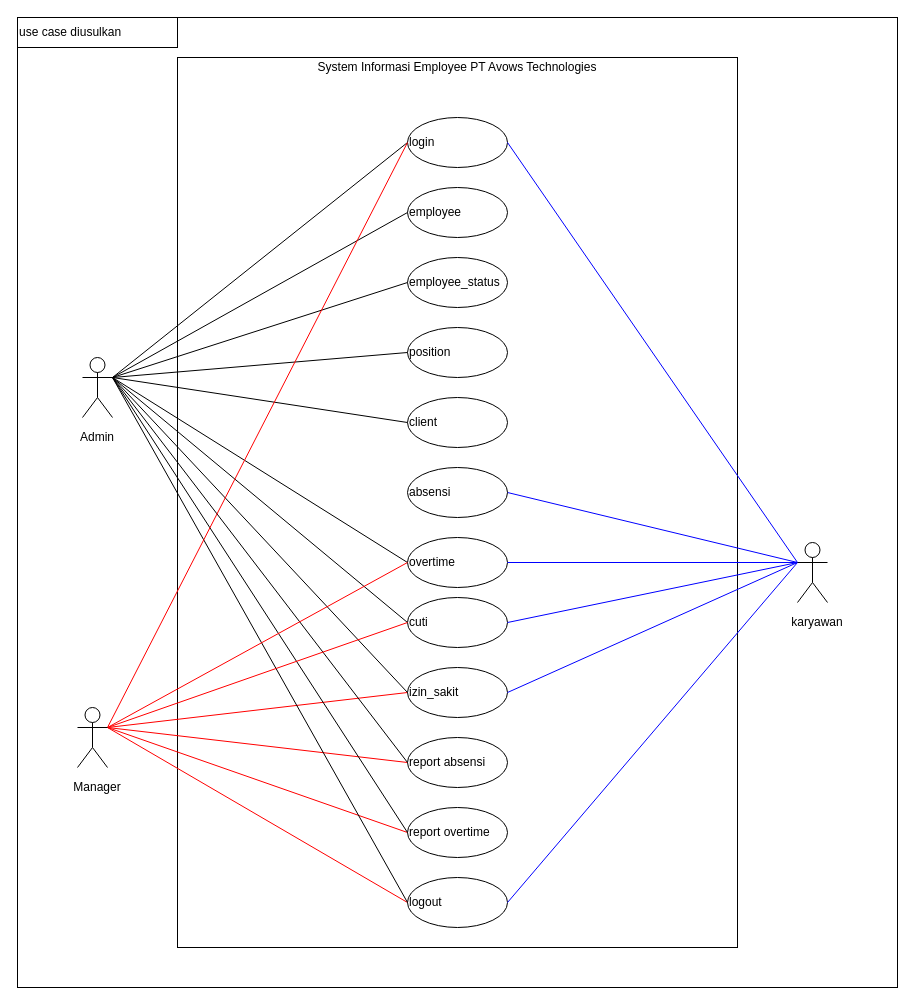
Before: page "uml" (4 of 6) of Penulisan/Bab 3.drawio in w4hyud1/leni_karyawan, a draw.io diagram. Source tidied: cells renumbered, new cells numbered last; positions are measured from the earlier drawing's top-left corner, leaving out a move shared by most shapes. Both pictures are drawn from the tidied source at 100%, with x=0, y=0 at pixel (17, 17).
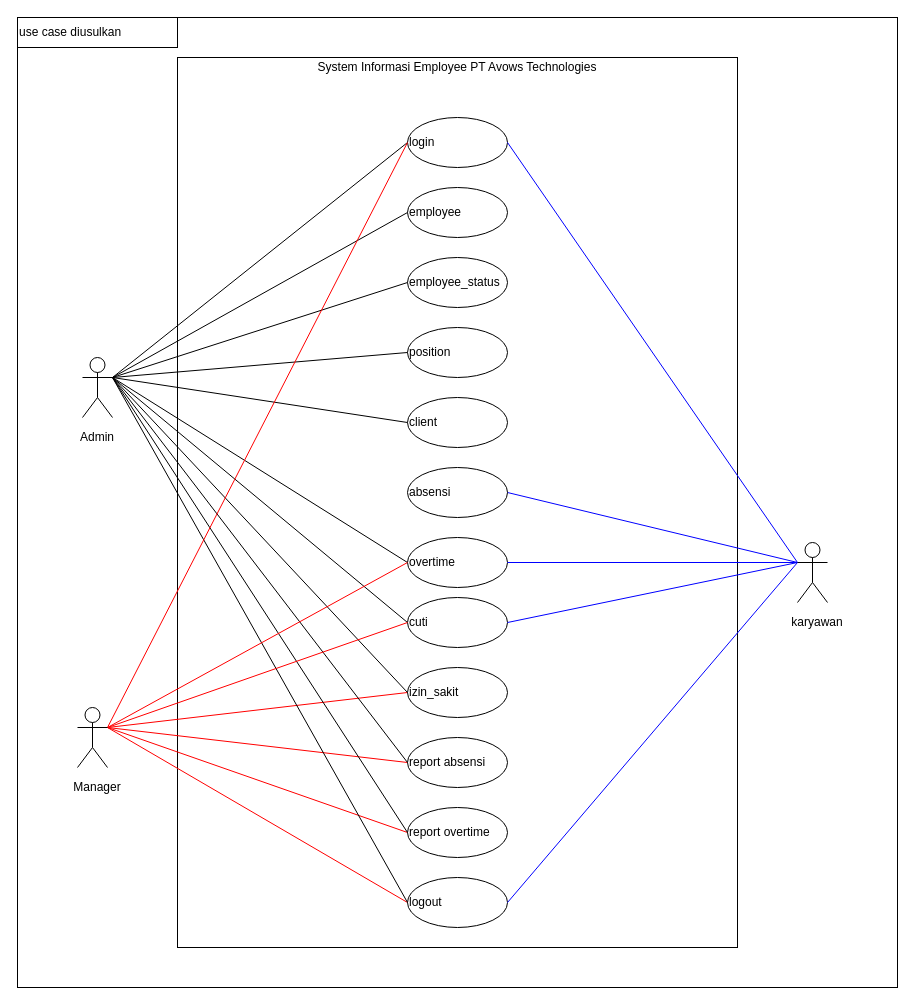
Above is the later version.

The change refers to these unchanged cells:
```xml
<mxCell id="15" value="izin_sakit" style="ellipse;whiteSpace=wrap;html=1;sketch=0;strokeColor=#000000;strokeWidth=1;fillColor=none;align=left;" parent="1" vertex="1">
  <mxGeometry x="390" y="650" width="100" height="50" as="geometry" />
</mxCell>
<mxCell id="45" value="Actor" style="shape=umlActor;verticalLabelPosition=bottom;verticalAlign=top;html=1;sketch=0;strokeColor=#000000;strokeWidth=1;fillColor=none;align=left;overflow=visible;noLabel=1;" parent="1" vertex="1">
  <mxGeometry x="780" y="525" width="30" height="60" as="geometry" />
</mxCell>
```

The edit, as a diff of the source:
```diff
@@
-    <mxCell id="43" style="edgeStyle=none;rounded=0;jettySize=auto;html=1;exitX=0;exitY=0.3333333333333333;exitDx=0;exitDy=0;exitPerimeter=0;entryX=1;entryY=0.5;entryDx=0;entryDy=0;endArrow=none;endFill=0;strokeColor=#0000FF;" parent="1" edge="1" source="45" target="15">
-      <mxGeometry relative="1" as="geometry" />
-    </mxCell>
```
